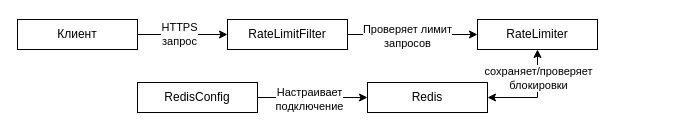
Above: page "Redis" (4 of 12) of Схема компонентов.drawio in IlyaSannikow/e-catalog.ru (draw.io), before the change. Source tidied: cells renumbered, new cells numbered last; positions are measured from the earlier drawing's top-left corner, leaving out a move shared by most shapes. Both pictures are drawn from the tidied source at 100%, with x=0, y=0 at pixel (17, 19).
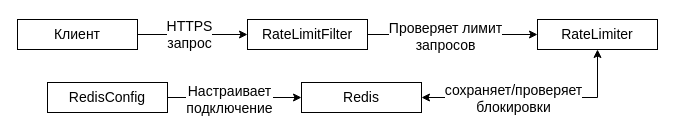
Above is the later version.

Diff of the diagram source:
```diff
@@
 <mxGraphModel>
   <root>
     <mxCell id="0" />
     <mxCell id="1" parent="0" />
     <mxCell id="2" style="edgeStyle=orthogonalEdgeStyle;rounded=0;jettySize=auto;html=1;exitX=1;exitY=0.5;exitDx=0;exitDy=0;entryX=0;entryY=0.5;entryDx=0;entryDy=0;" parent="1" edge="1" source="4" target="7">
       <mxGeometry relative="1" as="geometry" />
     </mxCell>
-    <mxCell id="3" value="HTTPS&lt;div&gt;запрос&lt;/div&gt;" style="edgeLabel;html=1;align=center;verticalAlign=middle;" parent="2" vertex="1">
+    <mxCell id="3" value="&lt;font style=&quot;font-size: 14px;&quot;&gt;HTTPS&lt;/font&gt;&lt;div&gt;&lt;font style=&quot;font-size: 14px;&quot;&gt;запрос&lt;/font&gt;&lt;/div&gt;" style="edgeLabel;html=1;align=center;verticalAlign=middle;" parent="2" vertex="1">
       <mxGeometry x="-0.08" y="1" relative="1" as="geometry" />
     </mxCell>
-    <mxCell id="4" value="Клиент" style="rounded=0;whiteSpace=wrap;html=1;" parent="1" vertex="1">
+    <mxCell id="4" value="&lt;font style=&quot;font-size: 14px;&quot;&gt;Клиент&lt;/font&gt;" style="rounded=0;whiteSpace=wrap;html=1;" parent="1" vertex="1">
       <mxGeometry width="120" height="30" as="geometry" />
     </mxCell>
     <mxCell id="5" style="edgeStyle=orthogonalEdgeStyle;rounded=0;jettySize=auto;html=1;exitX=1;exitY=0.5;exitDx=0;exitDy=0;entryX=0;entryY=0.5;entryDx=0;entryDy=0;" parent="1" edge="1" source="7" target="10">
       <mxGeometry relative="1" as="geometry" />
     </mxCell>
-    <mxCell id="6" value="Проверяет лимит&lt;div&gt;запросов&lt;/div&gt;" style="edgeLabel;html=1;align=center;verticalAlign=middle;" parent="5" vertex="1">
+    <mxCell id="6" value="&lt;font style=&quot;font-size: 14px;&quot;&gt;Проверяет лимит&lt;/font&gt;&lt;div&gt;&lt;font style=&quot;font-size: 14px;&quot;&gt;запросов&lt;/font&gt;&lt;/div&gt;" style="edgeLabel;html=1;align=center;verticalAlign=middle;" parent="5" vertex="1">
       <mxGeometry x="-0.09" y="-1" relative="1" as="geometry" />
     </mxCell>
-    <mxCell id="7" value="RateLimitFilter" style="rounded=0;whiteSpace=wrap;html=1;" parent="1" vertex="1">
-      <mxGeometry x="210" width="120" height="30" as="geometry" />
+    <mxCell id="7" value="&lt;font style=&quot;font-size: 14px;&quot;&gt;RateLimitFilter&lt;/font&gt;" style="rounded=0;whiteSpace=wrap;html=1;" parent="1" vertex="1">
+      <mxGeometry x="230" width="120" height="30" as="geometry" />
     </mxCell>
     <mxCell id="8" style="edgeStyle=orthogonalEdgeStyle;rounded=0;jettySize=auto;html=1;exitX=0.5;exitY=1;exitDx=0;exitDy=0;entryX=1;entryY=0.5;entryDx=0;entryDy=0;startArrow=classic;startFill=1;" parent="1" edge="1" source="10" target="11">
       <mxGeometry relative="1" as="geometry" />
     </mxCell>
-    <mxCell id="9" value="сохраняет/проверяет&lt;div&gt;блокировки&lt;/div&gt;" style="edgeLabel;html=1;align=center;verticalAlign=middle;" parent="8" vertex="1">
+    <mxCell id="9" value="&lt;font style=&quot;font-size: 14px;&quot;&gt;сохраняет/проверяет&lt;/font&gt;&lt;div&gt;&lt;font style=&quot;font-size: 14px;&quot;&gt;блокировки&lt;/font&gt;&lt;/div&gt;" style="edgeLabel;html=1;align=center;verticalAlign=middle;" parent="8" vertex="1">
       <mxGeometry x="-0.1" y="-1" relative="1" as="geometry">
-        <mxPoint x="1" y="-16" as="offset" />
+        <mxPoint x="-32" y="1" as="offset" />
       </mxGeometry>
     </mxCell>
-    <mxCell id="10" value="RateLimiter" style="rounded=0;whiteSpace=wrap;html=1;" parent="1" vertex="1">
-      <mxGeometry x="460" width="120" height="30" as="geometry" />
+    <mxCell id="10" value="&lt;font style=&quot;font-size: 14px;&quot;&gt;RateLimiter&lt;/font&gt;" style="rounded=0;whiteSpace=wrap;html=1;" parent="1" vertex="1">
+      <mxGeometry x="520" width="120" height="30" as="geometry" />
     </mxCell>
-    <mxCell id="11" value="Redis" style="rounded=0;whiteSpace=wrap;html=1;" parent="1" vertex="1">
-      <mxGeometry x="350" y="63" width="120" height="30" as="geometry" />
+    <mxCell id="11" value="&lt;font style=&quot;font-size: 14px;&quot;&gt;Redis&lt;/font&gt;" style="rounded=0;whiteSpace=wrap;html=1;" parent="1" vertex="1">
+      <mxGeometry x="284" y="63" width="120" height="30" as="geometry" />
     </mxCell>
     <mxCell id="12" style="edgeStyle=orthogonalEdgeStyle;rounded=0;jettySize=auto;html=1;exitX=1;exitY=0.5;exitDx=0;exitDy=0;entryX=0;entryY=0.5;entryDx=0;entryDy=0;" parent="1" edge="1" source="14" target="11">
       <mxGeometry relative="1" as="geometry" />
     </mxCell>
-    <mxCell id="13" value="Настраивает&lt;div&gt;подключение&lt;/div&gt;" style="edgeLabel;html=1;align=center;verticalAlign=middle;" parent="12" vertex="1">
+    <mxCell id="13" value="&lt;font style=&quot;font-size: 14px;&quot;&gt;Настраивает&lt;/font&gt;&lt;div&gt;&lt;font style=&quot;font-size: 14px;&quot;&gt;подключение&lt;/font&gt;&lt;/div&gt;" style="edgeLabel;html=1;align=center;verticalAlign=middle;" parent="12" vertex="1">
       <mxGeometry x="-0.16" y="-1" relative="1" as="geometry">
         <mxPoint x="5" as="offset" />
       </mxGeometry>
     </mxCell>
-    <mxCell id="14" value="RedisConfig" style="rounded=0;whiteSpace=wrap;html=1;" parent="1" vertex="1">
-      <mxGeometry x="120" y="63" width="120" height="30" as="geometry" />
+    <mxCell id="14" value="&lt;font style=&quot;font-size: 14px;&quot;&gt;RedisConfig&lt;/font&gt;" style="rounded=0;whiteSpace=wrap;html=1;" parent="1" vertex="1">
+      <mxGeometry x="30" y="63" width="120" height="30" as="geometry" />
     </mxCell>
   </root>
 </mxGraphModel>
```
